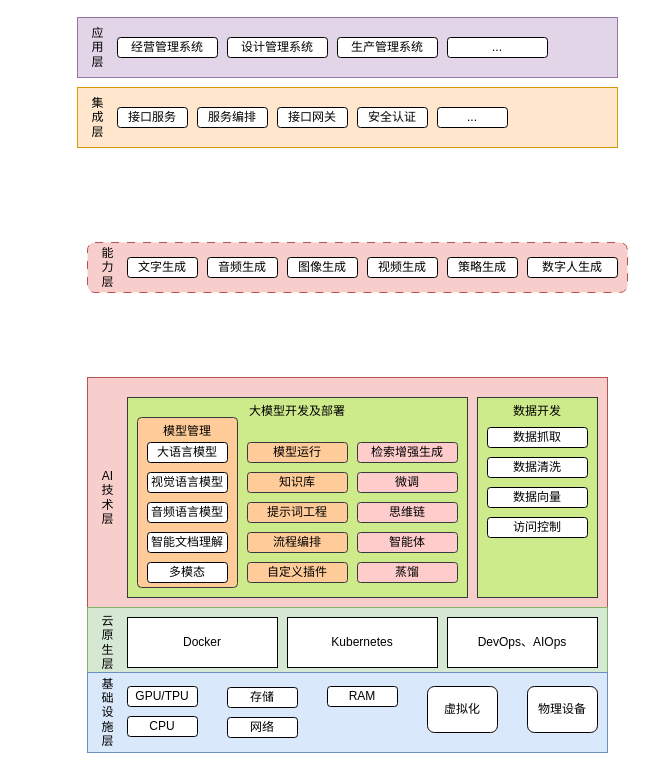
This is page "第 1 页" (1 of 2) of 大语言模型技术架构.drawio from blackdreamzg/bak, a draw.io file, before an edit. Source tidied: cells renumbered, new cells numbered last; positions are measured from the earlier drawing's top-left corner, leaving out a move shared by most shapes. Both pictures are drawn from the tidied source at 100%, with x=0, y=0 at pixel (77, 17).
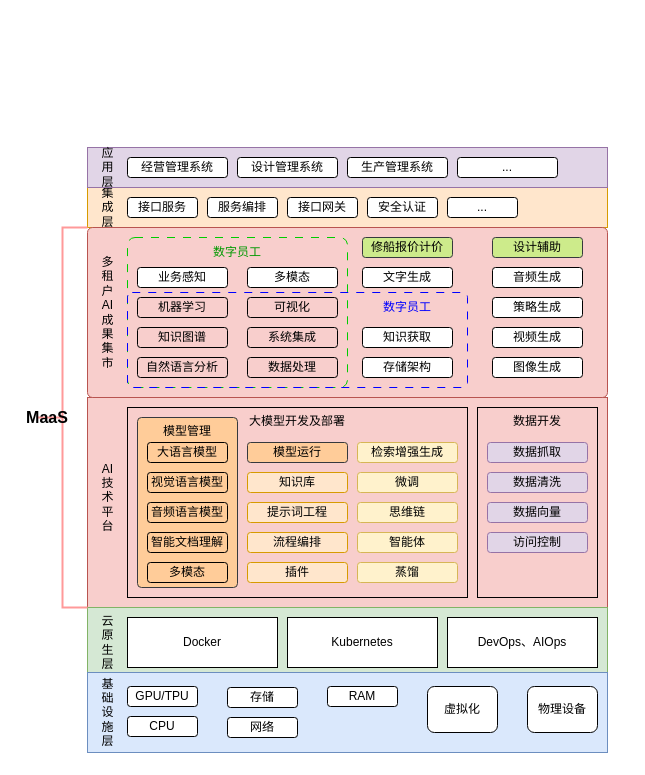
The same page after the edit.

Commit message (it also covers changes not shown here):
更新大语言模型技术架构.drawio

What changed in the source:
```diff
@@
     <mxCell id="2" style="rounded=0;whiteSpace=wrap;html=1;fillColor=#ffe6cc;strokeColor=#d79b00;" parent="1" vertex="1">
-      <mxGeometry y="70" width="540" height="60" as="geometry" />
+      <mxGeometry x="10" y="170" width="520" height="40" as="geometry" />
     </mxCell>
     <mxCell id="3" value="&lt;div&gt;集&lt;/div&gt;&lt;div&gt;成&lt;/div&gt;&lt;div&gt;&lt;div&gt;&lt;div&gt;层&lt;/div&gt;&lt;/div&gt;&lt;/div&gt;" style="text;html=1;align=center;verticalAlign=middle;strokeColor=none;fillColor=none;" parent="1" vertex="1">
-      <mxGeometry y="70" width="40" height="60" as="geometry" />
+      <mxGeometry x="10" y="160" width="40" height="60" as="geometry" />
     </mxCell>
     <mxCell id="4" value="接口服务" style="rounded=1;whiteSpace=wrap;html=1;verticalAlign=middle;" parent="1" vertex="1">
-      <mxGeometry x="40" y="90" width="70" height="20" as="geometry" />
+      <mxGeometry x="50" y="180" width="70" height="20" as="geometry" />
     </mxCell>
     <mxCell id="5" value="服务编排" style="rounded=1;whiteSpace=wrap;html=1;verticalAlign=middle;" parent="1" vertex="1">
-      <mxGeometry x="120" y="90" width="70" height="20" as="geometry" />
+      <mxGeometry x="130" y="180" width="70" height="20" as="geometry" />
     </mxCell>
     <mxCell id="6" value="接口网关" style="rounded=1;whiteSpace=wrap;html=1;verticalAlign=middle;" parent="1" vertex="1">
-      <mxGeometry x="200" y="90" width="70" height="20" as="geometry" />
+      <mxGeometry x="210" y="180" width="70" height="20" as="geometry" />
     </mxCell>
     <mxCell id="7" value="安全认证" style="rounded=1;whiteSpace=wrap;html=1;verticalAlign=middle;" parent="1" vertex="1">
-      <mxGeometry x="280" y="90" width="70" height="20" as="geometry" />
+      <mxGeometry x="290" y="180" width="70" height="20" as="geometry" />
     </mxCell>
     <mxCell id="8" value="..." style="rounded=1;whiteSpace=wrap;html=1;verticalAlign=middle;" parent="1" vertex="1">
-      <mxGeometry x="360" y="90" width="70" height="20" as="geometry" />
+      <mxGeometry x="370" y="180" width="70" height="20" as="geometry" />
     </mxCell>
     <mxCell id="9" style="rounded=0;whiteSpace=wrap;html=1;fillColor=#e1d5e7;strokeColor=#9673a6;" parent="1" vertex="1">
-      <mxGeometry width="540" height="60" as="geometry" />
+      <mxGeometry x="10" y="130" width="520" height="40" as="geometry" />
     </mxCell>
     <mxCell id="10" value="&lt;div&gt;&lt;span style=&quot;background-color: transparent; color: light-dark(rgb(0, 0, 0), rgb(255, 255, 255));&quot;&gt;应&lt;/span&gt;&lt;/div&gt;&lt;div&gt;&lt;span style=&quot;background-color: transparent; color: light-dark(rgb(0, 0, 0), rgb(255, 255, 255));&quot;&gt;用&lt;/span&gt;&lt;/div&gt;&lt;div&gt;&lt;span style=&quot;background-color: transparent; color: light-dark(rgb(0, 0, 0), rgb(255, 255, 255));&quot;&gt;层&lt;/span&gt;&lt;/div&gt;" style="text;html=1;align=center;verticalAlign=middle;strokeColor=none;fillColor=none;" parent="1" vertex="1">
-      <mxGeometry width="40" height="60" as="geometry" />
+      <mxGeometry x="10" y="120" width="40" height="60" as="geometry" />
     </mxCell>
     <mxCell id="11" value="经营管理系统" style="rounded=1;whiteSpace=wrap;html=1;verticalAlign=middle;" parent="1" vertex="1">
-      <mxGeometry x="40" y="20" width="100" height="20" as="geometry" />
+      <mxGeometry x="50" y="140" width="100" height="20" as="geometry" />
     </mxCell>
     <mxCell id="12" value="设计管理系统" style="rounded=1;whiteSpace=wrap;html=1;verticalAlign=middle;" parent="1" vertex="1">
-      <mxGeometry x="150" y="20" width="100" height="20" as="geometry" />
+      <mxGeometry x="160" y="140" width="100" height="20" as="geometry" />
     </mxCell>
     <mxCell id="13" value="生产管理系统" style="rounded=1;whiteSpace=wrap;html=1;verticalAlign=middle;" parent="1" vertex="1">
-      <mxGeometry x="260" y="20" width="100" height="20" as="geometry" />
+      <mxGeometry x="270" y="140" width="100" height="20" as="geometry" />
     </mxCell>
     <mxCell id="14" value="..." style="rounded=1;whiteSpace=wrap;html=1;verticalAlign=middle;" parent="1" vertex="1">
-      <mxGeometry x="370" y="20" width="100" height="20" as="geometry" />
+      <mxGeometry x="380" y="140" width="100" height="20" as="geometry" />
     </mxCell>
     <mxCell id="15" style="rounded=0;whiteSpace=wrap;html=1;align=center;horizontal=0;verticalAlign=top;fillColor=#f8cecc;strokeColor=#b85450;" parent="1" vertex="1">
-      <mxGeometry x="10" y="360" width="520" height="230" as="geometry" />
+      <mxGeometry x="10" y="380" width="520" height="210" as="geometry" />
     </mxCell>
@@
-    <mxCell id="20" value="&lt;div&gt;AI&lt;/div&gt;&lt;div&gt;技&lt;/div&gt;&lt;div&gt;术&lt;/div&gt;&lt;div&gt;&lt;div&gt;&lt;div&gt;层&lt;/div&gt;&lt;/div&gt;&lt;/div&gt;" style="text;html=1;align=center;verticalAlign=middle;strokeColor=none;fillColor=none;" parent="1" vertex="1">
-      <mxGeometry x="10" y="445" width="40" height="70" as="geometry" />
+    <mxCell id="20" value="&lt;div&gt;AI&lt;/div&gt;&lt;div&gt;技&lt;/div&gt;&lt;div&gt;术&lt;/div&gt;&lt;div&gt;平&lt;/div&gt;&lt;div&gt;台&lt;/div&gt;" style="text;html=1;align=center;verticalAlign=middle;strokeColor=none;fillColor=none;" parent="1" vertex="1">
+      <mxGeometry x="10" y="435" width="40" height="90" as="geometry" />
     </mxCell>
-    <mxCell id="21" value="大模型开发及部署" style="rounded=0;whiteSpace=wrap;html=1;horizontal=1;verticalAlign=top;fillColor=#cdeb8b;strokeColor=#36393d;" parent="1" vertex="1">
-      <mxGeometry x="50" y="380" width="340" height="200" as="geometry" />
+    <mxCell id="21" value="大模型开发及部署" style="rounded=0;whiteSpace=wrap;html=1;horizontal=1;verticalAlign=top;fillColor=none;" parent="1" vertex="1">
+      <mxGeometry x="50" y="390" width="340" height="190" as="geometry" />
     </mxCell>
@@
-    <mxCell id="23" value="检索增强生成" style="rounded=1;whiteSpace=wrap;html=1;fillColor=#ffcccc;strokeColor=#36393d;" parent="1" vertex="1">
+    <mxCell id="23" value="检索增强生成" style="rounded=1;whiteSpace=wrap;html=1;fillColor=#fff2cc;strokeColor=#d6b656;" parent="1" vertex="1">
       <mxGeometry x="280" y="425" width="100" height="20" as="geometry" />
     </mxCell>
@@
-    <mxCell id="25" value="知识库" style="rounded=1;whiteSpace=wrap;html=1;fillColor=#ffcc99;strokeColor=#36393d;" parent="1" vertex="1">
+    <mxCell id="25" value="知识库" style="rounded=1;whiteSpace=wrap;html=1;fillColor=#ffe6cc;strokeColor=#d79b00;" parent="1" vertex="1">
       <mxGeometry x="170" y="455" width="100" height="20" as="geometry" />
     </mxCell>
-    <mxCell id="26" value="提示词工程" style="rounded=1;whiteSpace=wrap;html=1;fillColor=#ffcc99;strokeColor=#36393d;" parent="1" vertex="1">
+    <mxCell id="26" value="提示词工程" style="rounded=1;whiteSpace=wrap;html=1;fillColor=#ffe6cc;strokeColor=#d79b00;" parent="1" vertex="1">
       <mxGeometry x="170" y="485" width="100" height="20" as="geometry" />
     </mxCell>
-    <mxCell id="27" value="微调" style="rounded=1;whiteSpace=wrap;html=1;fillColor=#ffcccc;strokeColor=#36393d;" parent="1" vertex="1">
+    <mxCell id="27" value="微调" style="rounded=1;whiteSpace=wrap;html=1;fillColor=#fff2cc;strokeColor=#d6b656;" parent="1" vertex="1">
       <mxGeometry x="280" y="455" width="100" height="20" as="geometry" />
     </mxCell>
-    <mxCell id="28" value="思维链" style="rounded=1;whiteSpace=wrap;html=1;fillColor=#ffcccc;strokeColor=#36393d;" parent="1" vertex="1">
+    <mxCell id="28" value="思维链" style="rounded=1;whiteSpace=wrap;html=1;fillColor=#fff2cc;strokeColor=#d6b656;" parent="1" vertex="1">
       <mxGeometry x="280" y="485" width="100" height="20" as="geometry" />
     </mxCell>
-    <mxCell id="29" value="流程编排" style="rounded=1;whiteSpace=wrap;html=1;fillColor=#ffcc99;strokeColor=#36393d;" parent="1" vertex="1">
+    <mxCell id="29" value="流程编排" style="rounded=1;whiteSpace=wrap;html=1;fillColor=#ffe6cc;strokeColor=#d79b00;" parent="1" vertex="1">
       <mxGeometry x="170" y="515" width="100" height="20" as="geometry" />
     </mxCell>
-    <mxCell id="30" value="智能体" style="rounded=1;whiteSpace=wrap;html=1;fillColor=#ffcccc;strokeColor=#36393d;" parent="1" vertex="1">
+    <mxCell id="30" value="智能体" style="rounded=1;whiteSpace=wrap;html=1;fillColor=#fff2cc;strokeColor=#d6b656;" parent="1" vertex="1">
       <mxGeometry x="280" y="515" width="100" height="20" as="geometry" />
     </mxCell>
@@
-    <mxCell id="34" style="rounded=1;whiteSpace=wrap;html=1;dashed=1;dashPattern=8 8;fillColor=#f8cecc;strokeColor=#b85450;" parent="1" vertex="1">
-      <mxGeometry x="10" y="225" width="540" height="50" as="geometry" />
+    <mxCell id="34" style="rounded=1;whiteSpace=wrap;html=1;fillColor=#f8cecc;strokeColor=#b85450;arcSize=3;" parent="1" vertex="1">
+      <mxGeometry x="10" y="210" width="520" height="170" as="geometry" />
     </mxCell>
-    <mxCell id="35" value="&lt;div&gt;&lt;div&gt;能&lt;/div&gt;&lt;div&gt;力&lt;/div&gt;&lt;div&gt;&lt;div&gt;&lt;div&gt;层&lt;/div&gt;&lt;/div&gt;&lt;/div&gt;&lt;/div&gt;" style="text;html=1;align=center;verticalAlign=middle;strokeColor=none;fillColor=none;" parent="1" vertex="1">
-      <mxGeometry x="10" y="220" width="40" height="60" as="geometry" />
-    </mxCell>
     <mxCell id="36" value="文字生成" style="rounded=1;whiteSpace=wrap;html=1;verticalAlign=middle;" parent="1" vertex="1">
-      <mxGeometry x="50" y="240" width="70" height="20" as="geometry" />
+      <mxGeometry x="285" y="250" width="90" height="20" as="geometry" />
     </mxCell>
     <mxCell id="37" value="音频生成" style="rounded=1;whiteSpace=wrap;html=1;verticalAlign=middle;" parent="1" vertex="1">
-      <mxGeometry x="130" y="240" width="70" height="20" as="geometry" />
+      <mxGeometry x="415" y="250" width="90" height="20" as="geometry" />
     </mxCell>
     <mxCell id="38" value="图像生成" style="rounded=1;whiteSpace=wrap;html=1;verticalAlign=middle;" parent="1" vertex="1">
-      <mxGeometry x="210" y="240" width="70" height="20" as="geometry" />
+      <mxGeometry x="415" y="340" width="90" height="20" as="geometry" />
     </mxCell>
     <mxCell id="39" value="视频生成" style="rounded=1;whiteSpace=wrap;html=1;verticalAlign=middle;" parent="1" vertex="1">
-      <mxGeometry x="290" y="240" width="70" height="20" as="geometry" />
+      <mxGeometry x="415" y="310" width="90" height="20" as="geometry" />
     </mxCell>
     <mxCell id="40" value="策略生成" style="rounded=1;whiteSpace=wrap;html=1;verticalAlign=middle;" parent="1" vertex="1">
-      <mxGeometry x="370" y="240" width="70" height="20" as="geometry" />
+      <mxGeometry x="415" y="280" width="90" height="20" as="geometry" />
     </mxCell>
-    <mxCell id="41" value="数字人生成" style="rounded=1;whiteSpace=wrap;html=1;verticalAlign=middle;" parent="1" vertex="1">
-      <mxGeometry x="450" y="240" width="90" height="20" as="geometry" />
-    </mxCell>
@@
-    <mxCell id="49" value="蒸馏" style="rounded=1;whiteSpace=wrap;html=1;fillColor=#ffcccc;strokeColor=#36393d;" parent="1" vertex="1">
+    <mxCell id="49" value="蒸馏" style="rounded=1;whiteSpace=wrap;html=1;fillColor=#fff2cc;strokeColor=#d6b656;" parent="1" vertex="1">
       <mxGeometry x="280" y="545" width="100" height="20" as="geometry" />
     </mxCell>
-    <mxCell id="50" value="大语言模型" style="rounded=1;whiteSpace=wrap;html=1;" parent="1" vertex="1">
+    <mxCell id="50" value="大语言模型" style="rounded=1;whiteSpace=wrap;html=1;fillColor=none;" parent="1" vertex="1">
       <mxGeometry x="70" y="425" width="80" height="20" as="geometry" />
     </mxCell>
-    <mxCell id="51" value="视觉语言模型" style="rounded=1;whiteSpace=wrap;html=1;" parent="1" vertex="1">
+    <mxCell id="51" value="视觉语言模型" style="rounded=1;whiteSpace=wrap;html=1;fillColor=none;" parent="1" vertex="1">
       <mxGeometry x="70" y="455" width="80" height="20" as="geometry" />
     </mxCell>
-    <mxCell id="52" value="音频语言模型" style="rounded=1;whiteSpace=wrap;html=1;" parent="1" vertex="1">
+    <mxCell id="52" value="音频语言模型" style="rounded=1;whiteSpace=wrap;html=1;fillColor=none;" parent="1" vertex="1">
       <mxGeometry x="70" y="485" width="80" height="20" as="geometry" />
     </mxCell>
-    <mxCell id="53" value="智能文档理解" style="rounded=1;whiteSpace=wrap;html=1;" parent="1" vertex="1">
+    <mxCell id="53" value="智能文档理解" style="rounded=1;whiteSpace=wrap;html=1;fillColor=none;" parent="1" vertex="1">
       <mxGeometry x="70" y="515" width="80" height="20" as="geometry" />
     </mxCell>
-    <mxCell id="54" value="多模态" style="rounded=1;whiteSpace=wrap;html=1;" parent="1" vertex="1">
+    <mxCell id="54" value="多模态" style="rounded=1;whiteSpace=wrap;html=1;fillColor=none;" parent="1" vertex="1">
       <mxGeometry x="70" y="545" width="80" height="20" as="geometry" />
     </mxCell>
-    <mxCell id="55" value="自定义插件" style="rounded=1;whiteSpace=wrap;html=1;fillColor=#ffcc99;strokeColor=#36393d;verticalAlign=middle;" parent="1" vertex="1">
+    <mxCell id="55" value="插件" style="rounded=1;whiteSpace=wrap;html=1;fillColor=#ffe6cc;strokeColor=#d79b00;verticalAlign=middle;" parent="1" vertex="1">
       <mxGeometry x="170" y="545" width="100" height="20" as="geometry" />
     </mxCell>
-    <mxCell id="56" value="数据开发" style="rounded=0;whiteSpace=wrap;html=1;horizontal=1;verticalAlign=top;fillColor=#cdeb8b;strokeColor=#36393d;" parent="1" vertex="1">
-      <mxGeometry x="400" y="380" width="120" height="200" as="geometry" />
+    <mxCell id="56" value="数据开发" style="rounded=0;whiteSpace=wrap;html=1;horizontal=1;verticalAlign=top;fillColor=none;" parent="1" vertex="1">
+      <mxGeometry x="400" y="390" width="120" height="190" as="geometry" />
     </mxCell>
-    <mxCell id="57" value="数据抓取" style="rounded=1;whiteSpace=wrap;html=1;" parent="1" vertex="1">
-      <mxGeometry x="410" y="410" width="100" height="20" as="geometry" />
+    <mxCell id="57" value="数据抓取" style="rounded=1;whiteSpace=wrap;html=1;fillColor=#e1d5e7;strokeColor=#9673a6;" parent="1" vertex="1">
+      <mxGeometry x="410" y="425" width="100" height="20" as="geometry" />
     </mxCell>
-    <mxCell id="58" value="数据清洗" style="rounded=1;whiteSpace=wrap;html=1;" parent="1" vertex="1">
-      <mxGeometry x="410" y="440" width="100" height="20" as="geometry" />
+    <mxCell id="58" value="数据清洗" style="rounded=1;whiteSpace=wrap;html=1;fillColor=#e1d5e7;strokeColor=#9673a6;" parent="1" vertex="1">
+      <mxGeometry x="410" y="455" width="100" height="20" as="geometry" />
     </mxCell>
-    <mxCell id="59" value="数据向量" style="rounded=1;whiteSpace=wrap;html=1;" parent="1" vertex="1">
-      <mxGeometry x="410" y="470" width="100" height="20" as="geometry" />
+    <mxCell id="59" value="数据向量" style="rounded=1;whiteSpace=wrap;html=1;fillColor=#e1d5e7;strokeColor=#9673a6;" parent="1" vertex="1">
+      <mxGeometry x="410" y="485" width="100" height="20" as="geometry" />
     </mxCell>
-    <mxCell id="60" value="访问控制" style="rounded=1;whiteSpace=wrap;html=1;" parent="1" vertex="1">
-      <mxGeometry x="410" y="500" width="100" height="20" as="geometry" />
+    <mxCell id="60" value="访问控制" style="rounded=1;whiteSpace=wrap;html=1;fillColor=#e1d5e7;strokeColor=#9673a6;" parent="1" vertex="1">
+      <mxGeometry x="410" y="515" width="100" height="20" as="geometry" />
     </mxCell>
+    <mxCell id="61" style="rounded=1;whiteSpace=wrap;html=1;fillColor=none;dashed=1;dashPattern=8 8;arcSize=5;verticalAlign=top;align=left;fontColor=#009900;strokeColor=#00CC00;" parent="1" vertex="1">
+      <mxGeometry x="50" y="220" width="220" height="150" as="geometry" />
+    </mxCell>
+    <mxCell id="35" value="&lt;div&gt;&lt;div&gt;多&lt;/div&gt;&lt;div&gt;租&lt;/div&gt;&lt;div&gt;户&lt;/div&gt;&lt;div&gt;AI&lt;/div&gt;&lt;div&gt;成&lt;/div&gt;&lt;div&gt;果&lt;/div&gt;&lt;div&gt;集&lt;/div&gt;&lt;div&gt;市&lt;/div&gt;&lt;/div&gt;" style="text;html=1;align=center;verticalAlign=middle;strokeColor=none;fillColor=none;" parent="1" vertex="1">
+      <mxGeometry x="10" y="230" width="40" height="130" as="geometry" />
+    </mxCell>
+    <mxCell id="62" style="rounded=1;whiteSpace=wrap;html=1;fillColor=none;dashed=1;dashPattern=8 8;arcSize=5;align=right;verticalAlign=top;fontColor=#0000FF;strokeColor=#0000FF;" parent="1" vertex="1">
+      <mxGeometry x="50" y="275" width="340" height="95" as="geometry" />
+    </mxCell>
+    <mxCell id="63" value="多模态" style="rounded=1;whiteSpace=wrap;html=1;verticalAlign=middle;" parent="1" vertex="1">
+      <mxGeometry x="170" y="250" width="90" height="20" as="geometry" />
+    </mxCell>
+    <mxCell id="64" value="业务感知" style="rounded=1;whiteSpace=wrap;html=1;verticalAlign=middle;" parent="1" vertex="1">
+      <mxGeometry x="60" y="250" width="90" height="20" as="geometry" />
+    </mxCell>
+    <mxCell id="65" value="知识获取" style="rounded=1;whiteSpace=wrap;html=1;verticalAlign=middle;" parent="1" vertex="1">
+      <mxGeometry x="285" y="310" width="90" height="20" as="geometry" />
+    </mxCell>
+    <mxCell id="66" value="存储架构" style="rounded=1;whiteSpace=wrap;html=1;verticalAlign=middle;" parent="1" vertex="1">
+      <mxGeometry x="285" y="340" width="90" height="20" as="geometry" />
+    </mxCell>
+    <mxCell id="67" value="数字员工" style="text;html=1;align=center;verticalAlign=middle;whiteSpace=wrap;rounded=0;fontColor=#009900;" parent="1" vertex="1">
+      <mxGeometry x="130" y="220" width="60" height="30" as="geometry" />
+    </mxCell>
+    <mxCell id="68" value="数字员工" style="text;html=1;align=center;verticalAlign=middle;whiteSpace=wrap;rounded=0;fontColor=#0000FF;" parent="1" vertex="1">
+      <mxGeometry x="300" y="275" width="60" height="30" as="geometry" />
+    </mxCell>
+    <mxCell id="69" value="修船报价计价" style="rounded=1;whiteSpace=wrap;html=1;fillColor=#cdeb8b;strokeColor=#36393d;verticalAlign=middle;" parent="1" vertex="1">
+      <mxGeometry x="285" y="220" width="90" height="20" as="geometry" />
+    </mxCell>
+    <mxCell id="70" value="自然语言分析" style="rounded=1;whiteSpace=wrap;html=1;verticalAlign=middle;fillColor=none;" parent="1" vertex="1">
+      <mxGeometry x="60" y="340" width="90" height="20" as="geometry" />
+    </mxCell>
+    <mxCell id="71" value="知识图谱" style="rounded=1;whiteSpace=wrap;html=1;verticalAlign=middle;fillColor=none;" parent="1" vertex="1">
+      <mxGeometry x="60" y="310" width="90" height="20" as="geometry" />
+    </mxCell>
+    <mxCell id="72" value="机器学习" style="rounded=1;whiteSpace=wrap;html=1;verticalAlign=middle;fillColor=none;" parent="1" vertex="1">
+      <mxGeometry x="60" y="280" width="90" height="20" as="geometry" />
+    </mxCell>
+    <mxCell id="73" value="数据处理" style="rounded=1;whiteSpace=wrap;html=1;verticalAlign=middle;fillColor=none;" parent="1" vertex="1">
+      <mxGeometry x="170" y="340" width="90" height="20" as="geometry" />
+    </mxCell>
+    <mxCell id="74" value="系统集成" style="rounded=1;whiteSpace=wrap;html=1;verticalAlign=middle;fillColor=none;" parent="1" vertex="1">
+      <mxGeometry x="170" y="310" width="90" height="20" as="geometry" />
+    </mxCell>
+    <mxCell id="75" value="可视化" style="rounded=1;whiteSpace=wrap;html=1;verticalAlign=middle;fillColor=none;" parent="1" vertex="1">
+      <mxGeometry x="170" y="280" width="90" height="20" as="geometry" />
+    </mxCell>
+    <mxCell id="76" value="设计辅助" style="rounded=1;whiteSpace=wrap;html=1;fillColor=#cdeb8b;strokeColor=#36393d;verticalAlign=middle;" parent="1" vertex="1">
+      <mxGeometry x="415" y="220" width="90" height="20" as="geometry" />
+    </mxCell>
+    <mxCell id="77" style="strokeWidth=2;html=1;shape=mxgraph.flowchart.annotation_2;align=left;labelPosition=right;strokeColor=#FF9999;" parent="1" vertex="1">
+      <mxGeometry x="-40" y="210" width="50" height="380" as="geometry" />
+    </mxCell>
+    <mxCell id="78" value="MaaS" style="text;html=1;align=center;verticalAlign=middle;whiteSpace=wrap;rounded=0;fontSize=16;fontStyle=1;" parent="1" vertex="1">
+      <mxGeometry x="-60" y="385" width="60" height="30" as="geometry" />
+    </mxCell>
```
